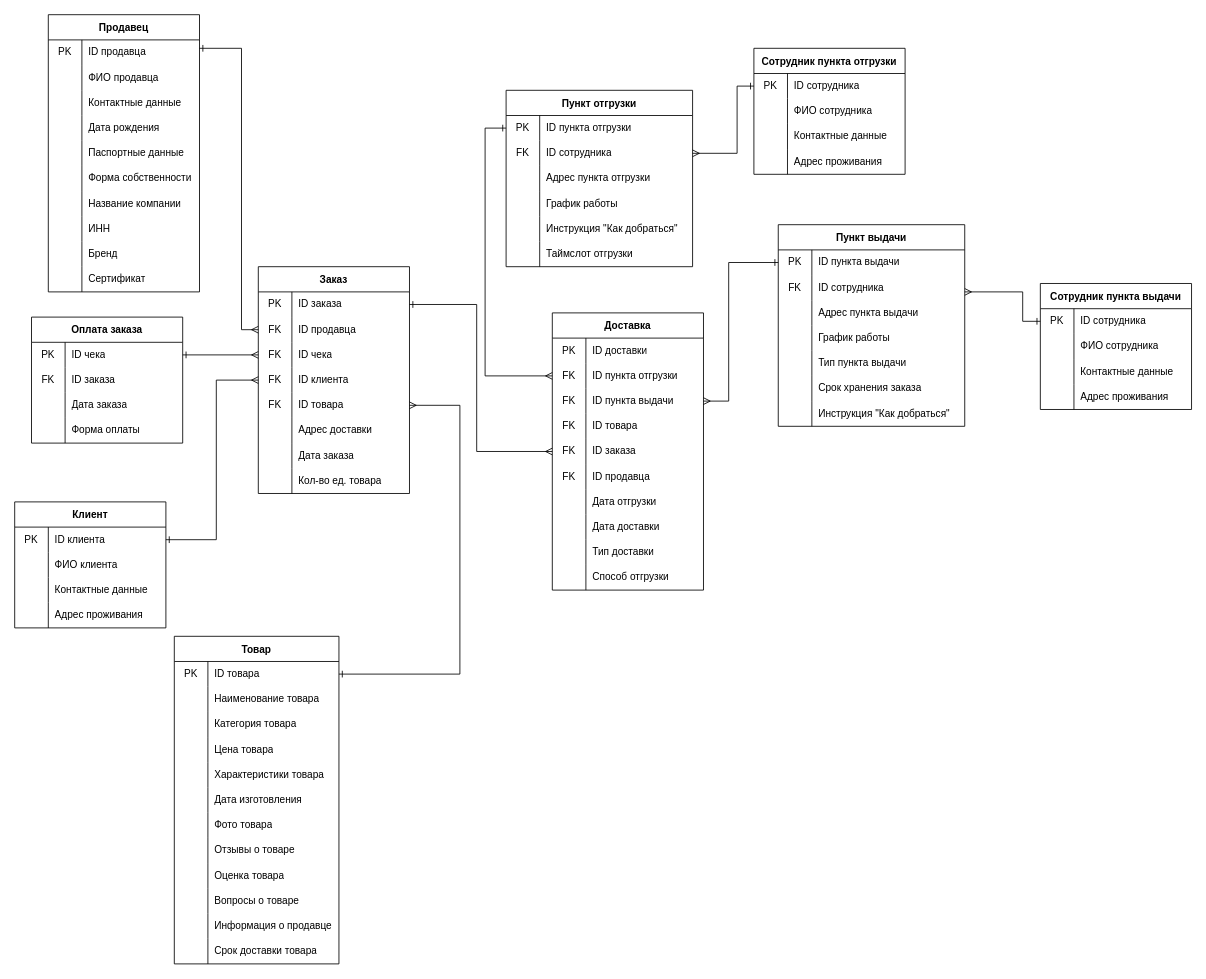
miQotoo/er-diagram keeps this draw.io diagram as er-marketplace.drawio. Above is the earlier version. Source tidied: cells renumbered, new cells numbered last; positions are measured from the earlier drawing's top-left corner, leaving out a move shared by most shapes. Both pictures are drawn from the tidied source at 84%, with x=0, y=0 at pixel (14, 14).
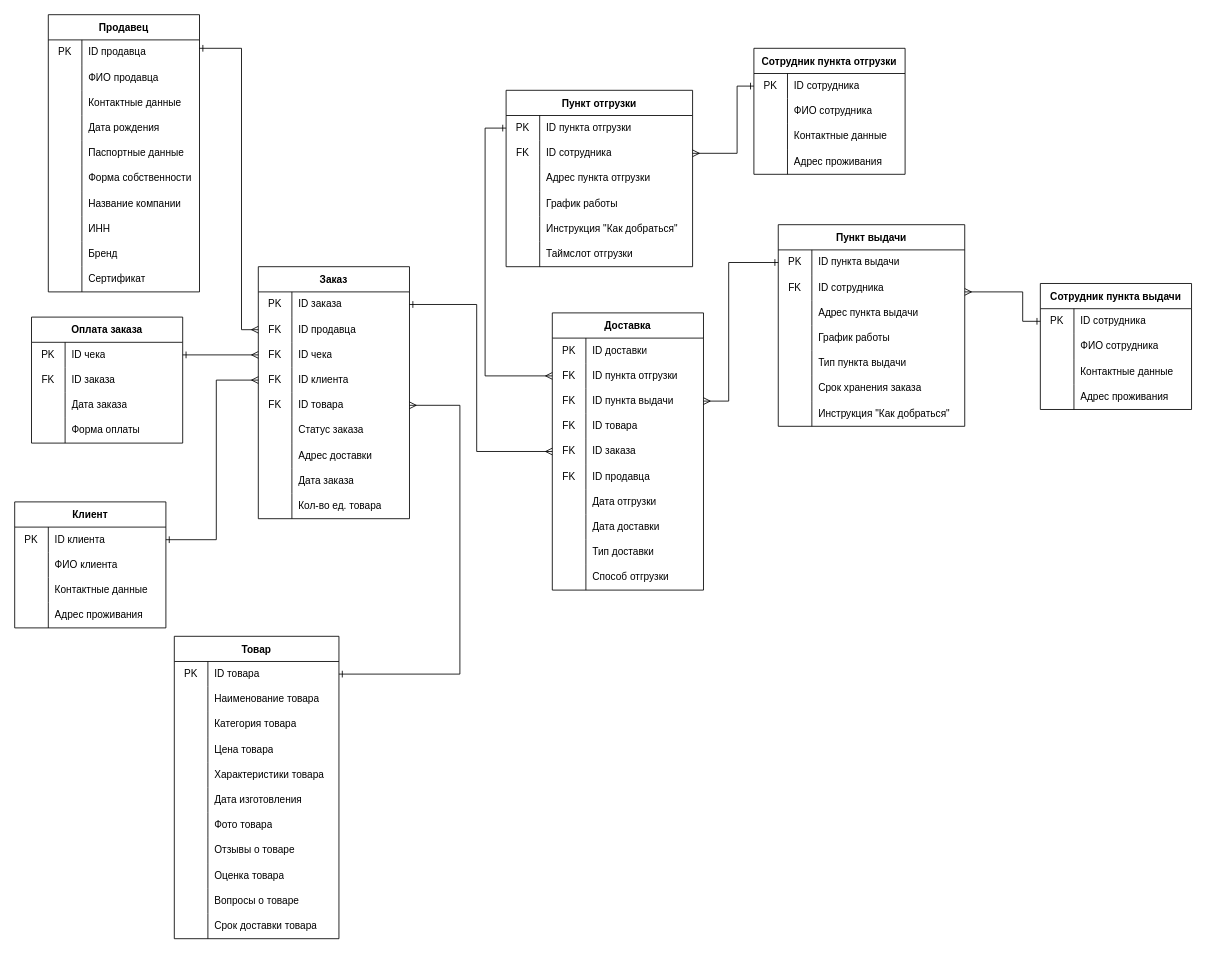
The same page after the edit.

What changed in the source:
```diff
@@
     <mxCell id="33" value="Товар" style="shape=table;startSize=30;childLayout=tableLayout;rowLines=0;fontStyle=1;swimlaneLine=1;" parent="1" vertex="1">
-      <mxGeometry x="190" y="740" width="196" height="390" as="geometry" />
+      <mxGeometry x="190" y="740" width="196" height="360" as="geometry" />
     </mxCell>
@@
-    <mxCell id="64" style="shape=tableRow;horizontal=0;startSize=0;swimlaneHead=0;swimlaneBody=0;top=0;left=0;bottom=0;right=0;fillColor=none;" parent="33" vertex="1">
-      <mxGeometry y="330" width="196" height="30" as="geometry" />
-    </mxCell>
-    <mxCell id="65" style="shape=partialRectangle;html=1;whiteSpace=wrap;fillColor=none;top=0;left=0;bottom=0;right=0;overflow=hidden;" parent="64" vertex="1">
-      <mxGeometry width="40" height="30" as="geometry" />
-    </mxCell>
-    <mxCell id="66" value="Информация о продавце" style="shape=partialRectangle;html=1;whiteSpace=wrap;fillColor=none;top=0;left=0;bottom=0;right=0;align=left;spacingLeft=6;overflow=hidden;" parent="64" vertex="1">
-      <mxGeometry x="40" width="156" height="30" as="geometry" />
-    </mxCell>
     <mxCell id="67" style="shape=tableRow;horizontal=0;startSize=0;swimlaneHead=0;swimlaneBody=0;top=0;left=0;bottom=0;right=0;fillColor=none;" parent="33" vertex="1">
-      <mxGeometry y="360" width="196" height="30" as="geometry" />
+      <mxGeometry y="330" width="196" height="30" as="geometry" />
     </mxCell>
@@
     <mxCell id="83" value="Заказ" style="shape=table;startSize=30;childLayout=tableLayout;rowLines=0;fontStyle=1;sketch=0;fillColor=none;gradientColor=none;" parent="1" vertex="1">
-      <mxGeometry x="290" y="300" width="180" height="270" as="geometry" />
+      <mxGeometry x="290" y="300" width="180" height="300" as="geometry" />
     </mxCell>
@@
+    <mxCell id="228" style="shape=tableRow;horizontal=0;startSize=0;swimlaneHead=0;swimlaneBody=0;top=0;left=0;bottom=0;right=0;fillColor=none;sketch=0;" parent="83" vertex="1">
+      <mxGeometry y="180" width="180" height="30" as="geometry" />
+    </mxCell>
+    <mxCell id="229" style="shape=partialRectangle;html=1;whiteSpace=wrap;fillColor=none;top=0;left=0;bottom=0;right=0;overflow=hidden;sketch=0;" parent="228" vertex="1">
+      <mxGeometry width="40" height="30" as="geometry" />
+    </mxCell>
+    <mxCell id="230" value="Статус заказа" style="shape=partialRectangle;html=1;whiteSpace=wrap;fillColor=none;top=0;left=0;bottom=0;right=0;align=left;spacingLeft=6;overflow=hidden;sketch=0;" parent="228" vertex="1">
+      <mxGeometry x="40" width="140" height="30" as="geometry" />
+    </mxCell>
     <mxCell id="99" style="shape=tableRow;horizontal=0;startSize=0;swimlaneHead=0;swimlaneBody=0;top=0;left=0;bottom=0;right=0;fillColor=none;sketch=0;" parent="83" vertex="1">
-      <mxGeometry y="180" width="180" height="30" as="geometry" />
+      <mxGeometry y="210" width="180" height="30" as="geometry" />
     </mxCell>
@@
     <mxCell id="102" style="shape=tableRow;horizontal=0;startSize=0;swimlaneHead=0;swimlaneBody=0;top=0;left=0;bottom=0;right=0;fillColor=none;sketch=0;" parent="83" vertex="1">
-      <mxGeometry y="210" width="180" height="30" as="geometry" />
+      <mxGeometry y="240" width="180" height="30" as="geometry" />
     </mxCell>
@@
     <mxCell id="105" style="shape=tableRow;horizontal=0;startSize=0;swimlaneHead=0;swimlaneBody=0;top=0;left=0;bottom=0;right=0;fillColor=none;sketch=0;" parent="83" vertex="1">
-      <mxGeometry y="240" width="180" height="30" as="geometry" />
+      <mxGeometry y="270" width="180" height="30" as="geometry" />
     </mxCell>
```
